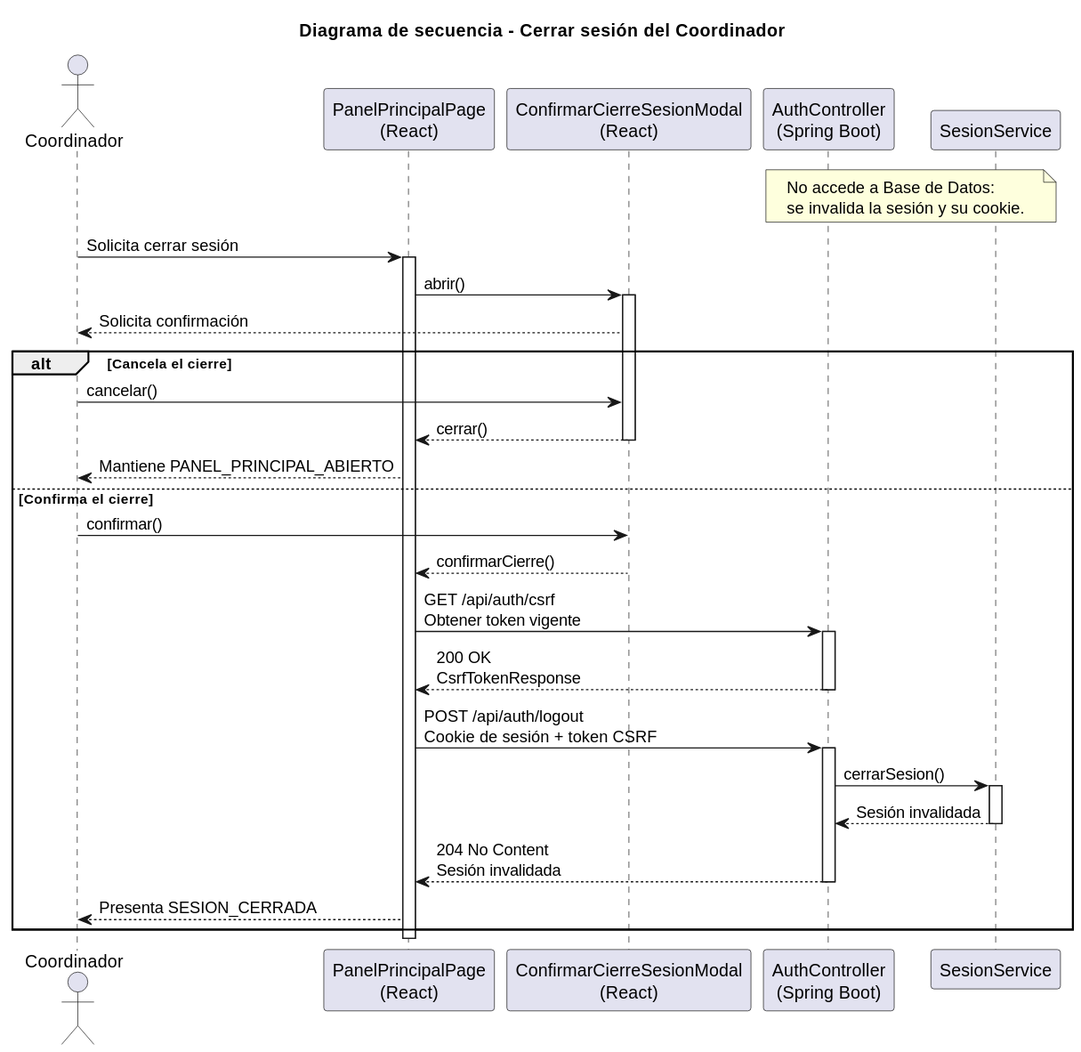
beatriizorozco/25-26-idsw2-sdVC keeps this PlantUML diagram as images/RUP/02-diseño/casos-uso/coordinador/cerrarSesion/secuencia.svg. Above is the earlier version.
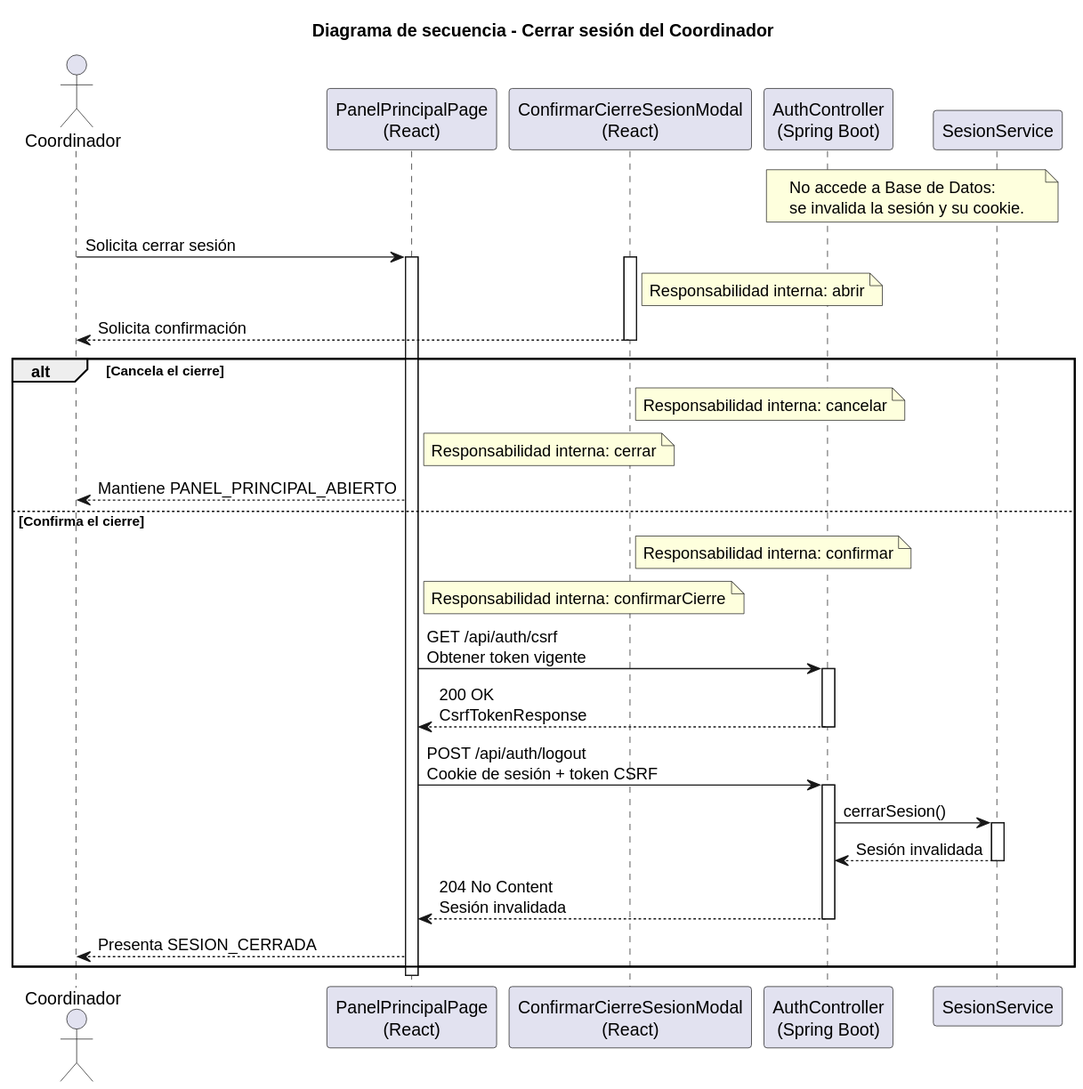
After the commit.

The edit, as a diff of the source:
```diff
@@ -14,18 +14,18 @@
 
 Coordinador -> Frontend: Solicita cerrar sesión
 activate Frontend
-Frontend -> Modal: abrir()
+note right of Modal: Responsabilidad interna: abrir
 activate Modal
 Modal --> Coordinador: Solicita confirmación
 
 alt Cancela el cierre
-    Coordinador -> Modal: cancelar()
-    Modal --> Frontend: cerrar()
+note right of Modal: Responsabilidad interna: cancelar
+note right of Frontend: Responsabilidad interna: cerrar
     deactivate Modal
     Frontend --> Coordinador: Mantiene PANEL_PRINCIPAL_ABIERTO
 else Confirma el cierre
-    Coordinador -> Modal: confirmar()
-    Modal --> Frontend: confirmarCierre()
+note right of Modal: Responsabilidad interna: confirmar
+note right of Frontend: Responsabilidad interna: confirmarCierre
     deactivate Modal
     Frontend -> Api: GET /api/auth/csrf\nObtener token vigente
     activate Api
```
